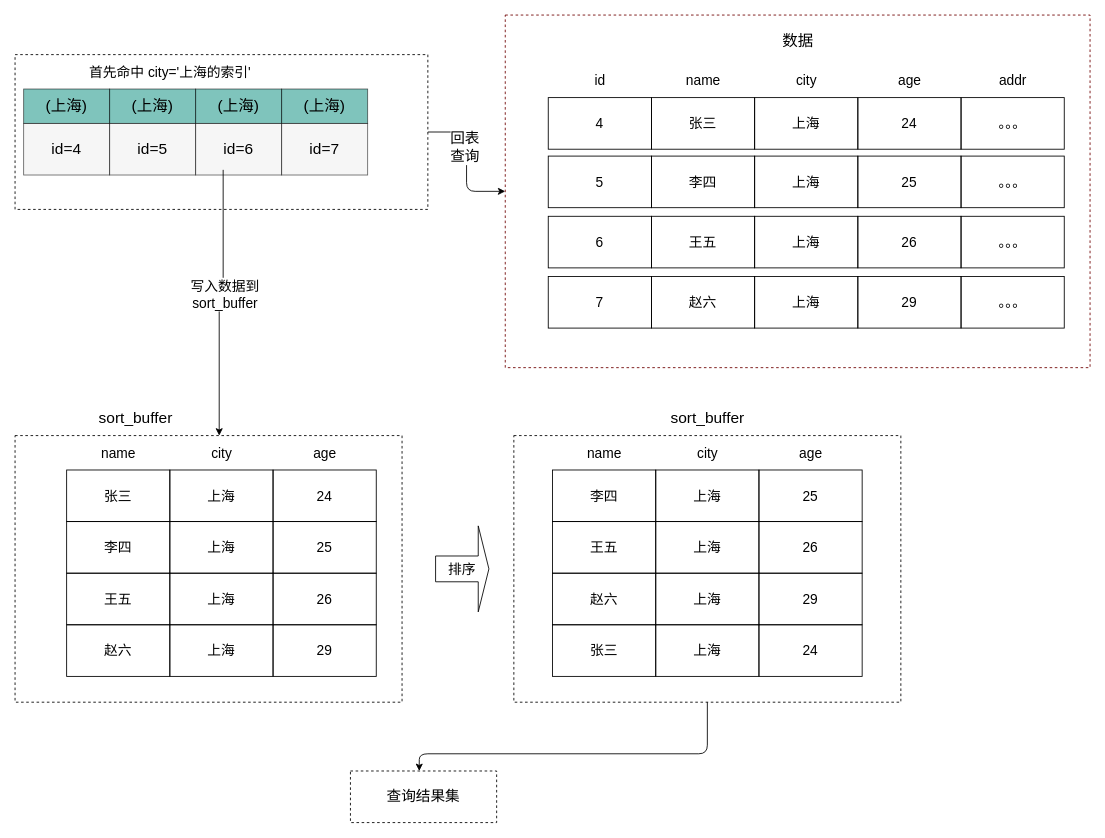
boilingfrog/Go-POINT keeps this draw.io diagram as page "mysql-order-by-all-date" (2 of 36) of mysql/mysql.drawio. Above is the earlier version. Source tidied: cells renumbered, new cells numbered last; positions are measured from the earlier drawing's top-left corner, leaving out a move shared by most shapes. Both pictures are drawn from the tidied source at 86%, with x=0, y=0 at pixel (15, 15).
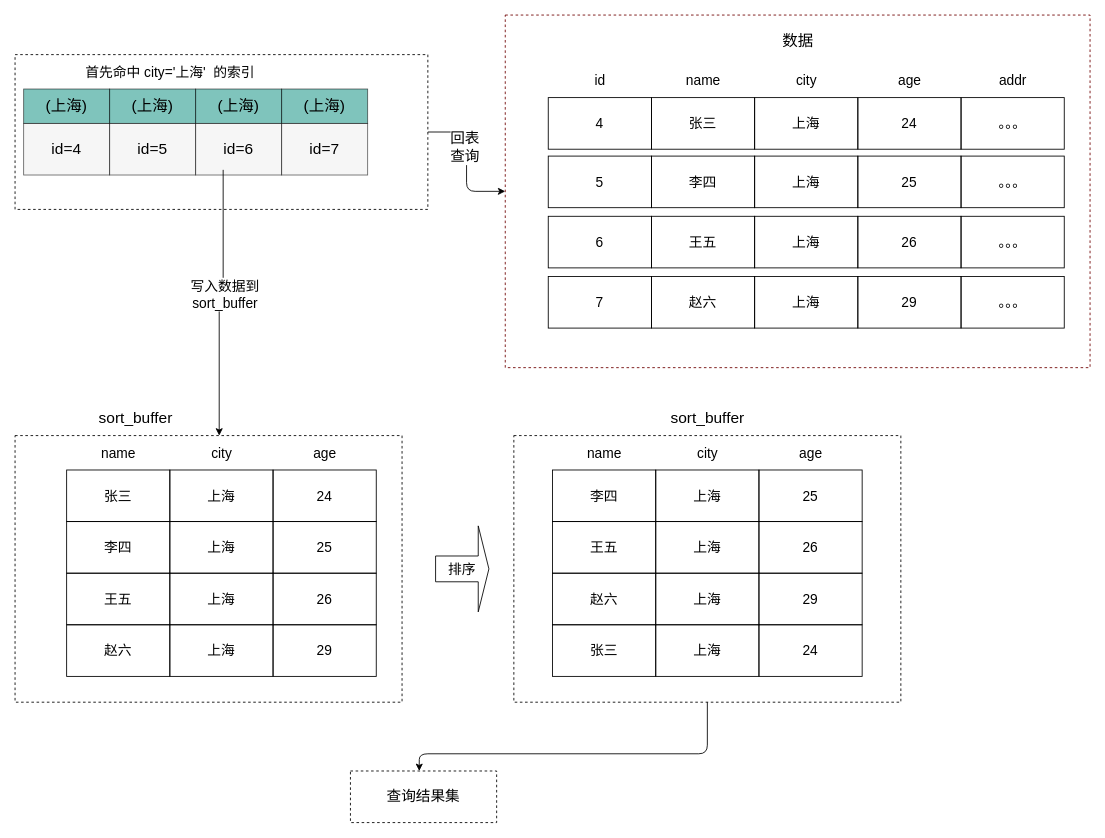
The same diagram, later.

Diff of the diagram source:
```diff
@@
-    <mxCell id="49" value="首先命中 city='上海的索引'" style="text;html=1;align=center;verticalAlign=middle;strokeColor=none;fillColor=none;fontSize=16;" parent="1" vertex="1">
-      <mxGeometry x="80" y="56" width="200" height="20" as="geometry" />
+    <mxCell id="49" value="首先命中 city='上海'&amp;nbsp; 的索引" style="text;html=1;align=center;verticalAlign=middle;strokeColor=none;fillColor=none;fontSize=16;" parent="1" vertex="1">
+      <mxGeometry x="75" y="56" width="210" height="20" as="geometry" />
     </mxCell>
```
